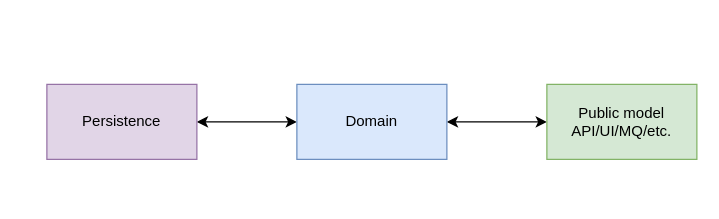
Earlier version of the draw.io diagram _diagrams/draft-three-models/separate_models.drawio (e-kolpakov/e-kolpakov.github.io). Source tidied: cells renumbered, new cells numbered last; positions are measured from the earlier drawing's top-left corner, leaving out a move shared by most shapes. Both pictures are drawn from the tidied source at 125%, with x=0, y=0 at pixel (46, 84).
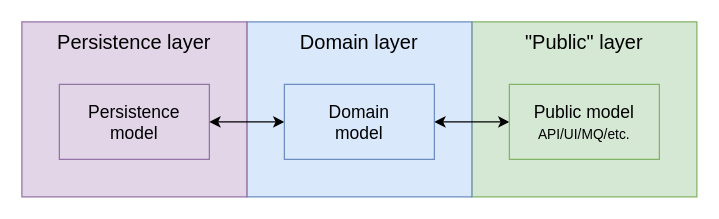
The same page after the edit.

Change to the diagram source:
```diff
@@
 <mxGraphModel>
   <root>
     <mxCell id="0" />
     <mxCell id="1" parent="0" />
+    <mxCell id="7" value="&quot;Public&quot; layer" style="rounded=0;whiteSpace=wrap;html=1;verticalAlign=top;fontSize=16;fillColor=#d5e8d4;strokeColor=#82b366;" parent="1" vertex="1">
+      <mxGeometry x="340" y="-50" width="180" height="140" as="geometry" />
+    </mxCell>
+    <mxCell id="8" value="Domain layer" style="rounded=0;whiteSpace=wrap;html=1;verticalAlign=top;fontSize=16;fillColor=#dae8fc;strokeColor=#6c8ebf;" parent="1" vertex="1">
+      <mxGeometry x="160" y="-50" width="180" height="140" as="geometry" />
+    </mxCell>
+    <mxCell id="9" value="Persistence layer" style="rounded=0;whiteSpace=wrap;html=1;verticalAlign=top;fontSize=16;fillColor=#e1d5e7;strokeColor=#9673a6;" parent="1" vertex="1">
+      <mxGeometry x="-20" y="-50" width="180" height="140" as="geometry" />
+    </mxCell>
     <mxCell id="2" style="edgeStyle=orthogonalEdgeStyle;rounded=0;jettySize=auto;html=1;startArrow=classic;startFill=1;" parent="1" edge="1" source="3" target="5">
       <mxGeometry relative="1" as="geometry" />
     </mxCell>
-    <mxCell id="3" value="Persistence" style="rounded=0;whiteSpace=wrap;html=1;fillColor=#e1d5e7;strokeColor=#9673a6;" parent="1" vertex="1">
-      <mxGeometry width="120" height="60" as="geometry" />
+    <mxCell id="3" value="&lt;font style=&quot;font-size: 14px;&quot;&gt;Persistence&lt;br style=&quot;font-size: 14px;&quot;&gt;model&lt;/font&gt;" style="rounded=0;whiteSpace=wrap;html=1;fillColor=#e1d5e7;strokeColor=#9673a6;fontSize=14;" parent="1" vertex="1">
+      <mxGeometry x="10" width="120" height="60" as="geometry" />
     </mxCell>
     <mxCell id="4" style="edgeStyle=orthogonalEdgeStyle;rounded=0;jettySize=auto;html=1;startArrow=classic;startFill=1;" parent="1" edge="1" source="5" target="6">
       <mxGeometry relative="1" as="geometry" />
     </mxCell>
-    <mxCell id="5" value="Domain" style="rounded=0;whiteSpace=wrap;html=1;fillColor=#dae8fc;strokeColor=#6c8ebf;" parent="1" vertex="1">
-      <mxGeometry x="200" width="120" height="60" as="geometry" />
+    <mxCell id="5" value="Domain&lt;br style=&quot;font-size: 14px;&quot;&gt;model" style="rounded=0;whiteSpace=wrap;html=1;fillColor=#dae8fc;strokeColor=#6c8ebf;fontSize=14;" parent="1" vertex="1">
+      <mxGeometry x="190" width="120" height="60" as="geometry" />
     </mxCell>
-    <mxCell id="6" value="Public model&lt;br&gt;API/UI/MQ/etc." style="rounded=0;whiteSpace=wrap;html=1;fillColor=#d5e8d4;strokeColor=#82b366;" parent="1" vertex="1">
-      <mxGeometry x="400" width="120" height="60" as="geometry" />
+    <mxCell id="6" value="Public model&lt;br style=&quot;font-size: 14px&quot;&gt;&lt;font style=&quot;font-size: 11px&quot;&gt;API/UI/MQ/etc.&lt;/font&gt;" style="rounded=0;whiteSpace=wrap;html=1;fillColor=#d5e8d4;strokeColor=#82b366;fontSize=14;" parent="1" vertex="1">
+      <mxGeometry x="370" width="120" height="60" as="geometry" />
     </mxCell>
   </root>
 </mxGraphModel>
```
